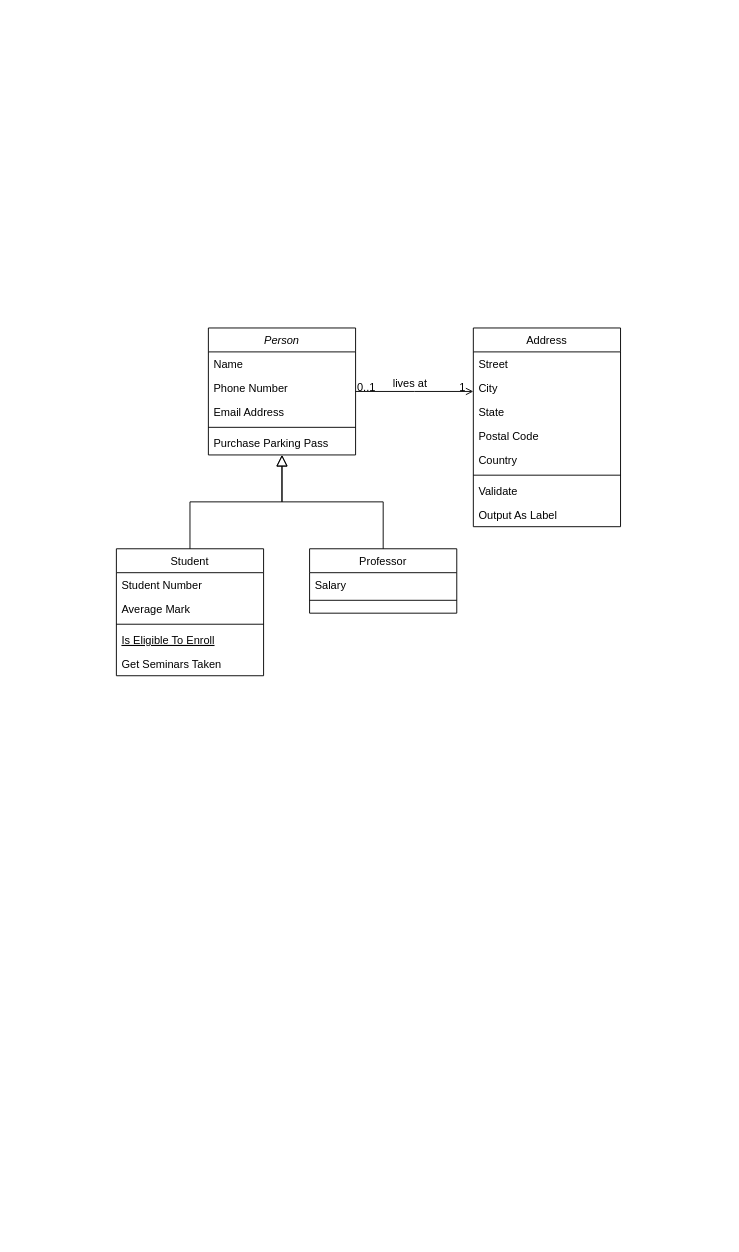
Before: coldd_available_data_entities_relations.drawio in traveller195/draw_io, a draw.io diagram. Source tidied: cells renumbered, new cells numbered last; positions are measured from the earlier drawing's top-left corner, leaving out a move shared by most shapes. Both pictures are drawn from the tidied source at 92%, with x=0, y=0 at pixel (116, 328).
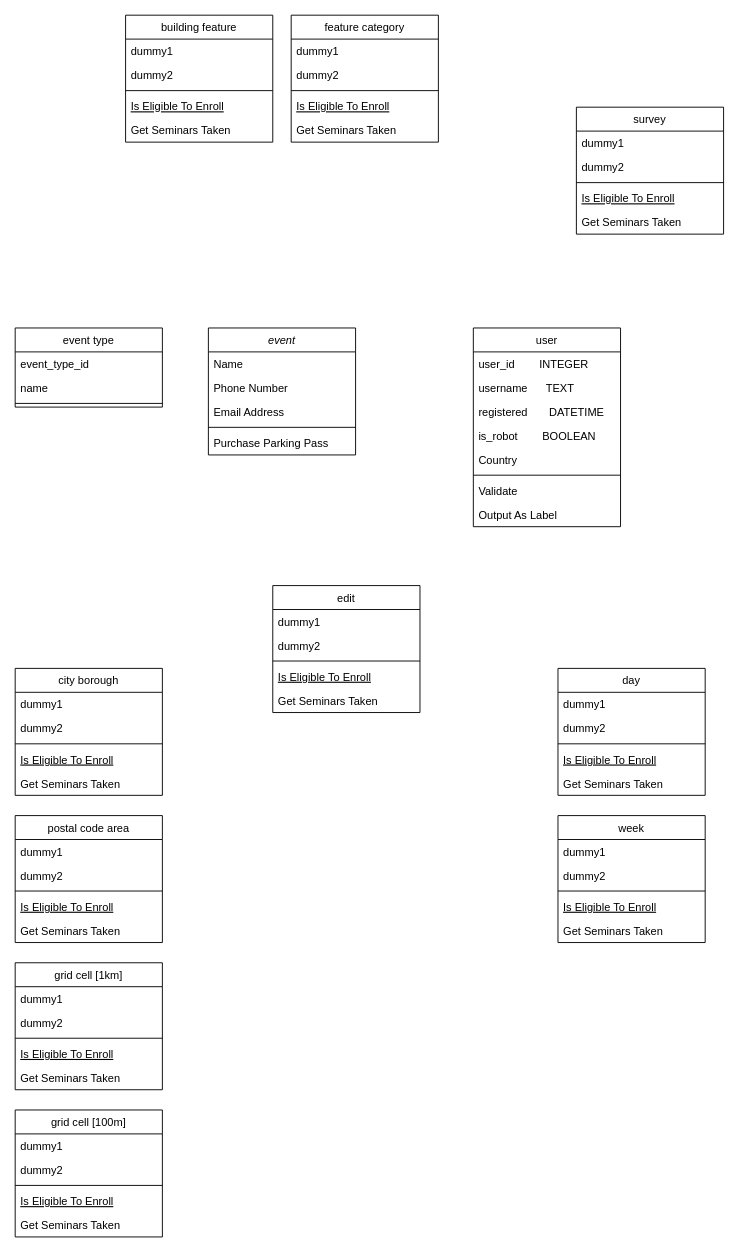
Above is the later version.

Diff of the diagram source:
```diff
@@
-    <mxCell id="2" value="Person" style="swimlane;fontStyle=2;align=center;verticalAlign=top;horizontal=1;startSize=26;rounded=0;shadow=0;strokeWidth=1;" parent="1" vertex="1">
+    <mxCell id="2" value="event" style="swimlane;fontStyle=2;align=center;verticalAlign=top;horizontal=1;startSize=26;rounded=0;shadow=0;strokeWidth=1;" parent="1" vertex="1">
       <mxGeometry x="100" width="160" height="138" as="geometry" />
     </mxCell>
@@
-    <mxCell id="8" value="Student" style="swimlane;fontStyle=0;align=center;verticalAlign=top;horizontal=1;startSize=26;rounded=0;shadow=0;strokeWidth=1;" parent="1" vertex="1">
-      <mxGeometry y="240" width="160" height="138" as="geometry" />
+    <mxCell id="8" value="city borough" style="swimlane;fontStyle=0;align=center;verticalAlign=top;horizontal=1;startSize=26;rounded=0;shadow=0;strokeWidth=1;" parent="1" vertex="1">
+      <mxGeometry x="-110" y="370" width="160" height="138" as="geometry" />
     </mxCell>
-    <mxCell id="9" value="Student Number" style="text;align=left;verticalAlign=top;spacingLeft=4;spacingRight=4;overflow=hidden;" parent="8" vertex="1">
+    <mxCell id="9" value="dummy1" style="text;align=left;verticalAlign=top;spacingLeft=4;spacingRight=4;overflow=hidden;" parent="8" vertex="1">
       <mxGeometry y="26" width="160" height="26" as="geometry" />
     </mxCell>
-    <mxCell id="10" value="Average Mark" style="text;align=left;verticalAlign=top;spacingLeft=4;spacingRight=4;overflow=hidden;rounded=0;shadow=0;html=0;" parent="8" vertex="1">
+    <mxCell id="10" value="dummy2" style="text;align=left;verticalAlign=top;spacingLeft=4;spacingRight=4;overflow=hidden;rounded=0;shadow=0;html=0;" parent="8" vertex="1">
       <mxGeometry y="52" width="160" height="26" as="geometry" />
     </mxCell>
@@
-    <mxCell id="14" style="endArrow=block;endSize=10;endFill=0;shadow=0;strokeWidth=1;rounded=0;edgeStyle=elbowEdgeStyle;elbow=vertical;" parent="1" edge="1" source="8" target="2">
-      <mxGeometry relative="1" as="geometry" />
-    </mxCell>
-    <mxCell id="15" value="Professor" style="swimlane;fontStyle=0;align=center;verticalAlign=top;horizontal=1;startSize=26;rounded=0;shadow=0;strokeWidth=1;" parent="1" vertex="1">
-      <mxGeometry x="210" y="240" width="160" height="70" as="geometry" />
+    <mxCell id="15" value="event type" style="swimlane;fontStyle=0;align=center;verticalAlign=top;horizontal=1;startSize=26;rounded=0;shadow=0;strokeWidth=1;" parent="1" vertex="1">
+      <mxGeometry x="-110" width="160" height="86" as="geometry" />
     </mxCell>
-    <mxCell id="16" value="Salary" style="text;align=left;verticalAlign=top;spacingLeft=4;spacingRight=4;overflow=hidden;" parent="15" vertex="1">
+    <mxCell id="16" value="event_type_id" style="text;align=left;verticalAlign=top;spacingLeft=4;spacingRight=4;overflow=hidden;" parent="15" vertex="1">
       <mxGeometry y="26" width="160" height="26" as="geometry" />
     </mxCell>
+    <mxCell id="32" value="name" style="text;align=left;verticalAlign=top;spacingLeft=4;spacingRight=4;overflow=hidden;" parent="15" vertex="1">
+      <mxGeometry y="52" width="160" height="26" as="geometry" />
+    </mxCell>
     <mxCell id="17" style="line;html=1;strokeWidth=1;align=left;verticalAlign=middle;spacingTop=-1;spacingLeft=3;spacingRight=3;labelPosition=right;" parent="15" vertex="1">
-      <mxGeometry y="52" width="160" height="8" as="geometry" />
+      <mxGeometry y="78" width="160" height="8" as="geometry" />
     </mxCell>
-    <mxCell id="18" style="endArrow=block;endSize=10;endFill=0;shadow=0;strokeWidth=1;rounded=0;edgeStyle=elbowEdgeStyle;elbow=vertical;" parent="1" edge="1" source="15" target="2">
-      <mxGeometry relative="1" as="geometry" />
-    </mxCell>
-    <mxCell id="19" value="Address" style="swimlane;fontStyle=0;align=center;verticalAlign=top;horizontal=1;startSize=26;rounded=0;shadow=0;strokeWidth=1;" parent="1" vertex="1">
+    <mxCell id="19" value="user" style="swimlane;fontStyle=0;align=center;verticalAlign=top;horizontal=1;startSize=26;rounded=0;shadow=0;strokeWidth=1;" parent="1" vertex="1">
       <mxGeometry x="388" width="160" height="216" as="geometry" />
     </mxCell>
-    <mxCell id="20" value="Street" style="text;align=left;verticalAlign=top;spacingLeft=4;spacingRight=4;overflow=hidden;" parent="19" vertex="1">
+    <mxCell id="20" value="user_id             INTEGER " style="text;align=left;verticalAlign=top;spacingLeft=4;spacingRight=4;overflow=hidden;" parent="19" vertex="1">
       <mxGeometry y="26" width="160" height="26" as="geometry" />
     </mxCell>
-    <mxCell id="21" value="City" style="text;align=left;verticalAlign=top;spacingLeft=4;spacingRight=4;overflow=hidden;rounded=0;shadow=0;html=0;" parent="19" vertex="1">
+    <mxCell id="21" value="username      TEXT" style="text;align=left;verticalAlign=top;spacingLeft=4;spacingRight=4;overflow=hidden;rounded=0;shadow=0;html=0;" parent="19" vertex="1">
       <mxGeometry y="52" width="160" height="26" as="geometry" />
     </mxCell>
-    <mxCell id="22" value="State" style="text;align=left;verticalAlign=top;spacingLeft=4;spacingRight=4;overflow=hidden;rounded=0;shadow=0;html=0;" parent="19" vertex="1">
+    <mxCell id="22" value="registered       DATETIME" style="text;align=left;verticalAlign=top;spacingLeft=4;spacingRight=4;overflow=hidden;rounded=0;shadow=0;html=0;" parent="19" vertex="1">
       <mxGeometry y="78" width="160" height="26" as="geometry" />
     </mxCell>
-    <mxCell id="23" value="Postal Code" style="text;align=left;verticalAlign=top;spacingLeft=4;spacingRight=4;overflow=hidden;rounded=0;shadow=0;html=0;" parent="19" vertex="1">
+    <mxCell id="23" value="is_robot        BOOLEAN" style="text;align=left;verticalAlign=top;spacingLeft=4;spacingRight=4;overflow=hidden;rounded=0;shadow=0;html=0;" parent="19" vertex="1">
       <mxGeometry y="104" width="160" height="26" as="geometry" />
     </mxCell>
@@
-    <mxCell id="28" style="endArrow=open;shadow=0;strokeWidth=1;rounded=0;endFill=1;edgeStyle=elbowEdgeStyle;elbow=vertical;" parent="1" edge="1" source="2" target="19">
-      <mxGeometry x="0.5" y="41" relative="1" as="geometry">
-        <mxPoint x="-40" y="32" as="offset" />
-      </mxGeometry>
-    </mxCell>
-    <mxCell id="29" value="0..1" style="align=left;verticalAlign=bottom;labelBackgroundColor=none;fontSize=12;" parent="28" vertex="1">
-      <mxGeometry x="-1" relative="1" as="geometry">
-        <mxPoint y="4" as="offset" />
-      </mxGeometry>
-    </mxCell>
-    <mxCell id="30" value="1" style="align=right;verticalAlign=bottom;labelBackgroundColor=none;fontSize=12;" parent="28" vertex="1">
-      <mxGeometry x="1" relative="1" as="geometry">
-        <mxPoint x="-7" y="4" as="offset" />
-      </mxGeometry>
-    </mxCell>
-    <mxCell id="31" value="lives at" style="text;html=1;align=center;verticalAlign=middle;labelBackgroundColor=none;rounded=0;shadow=0;strokeWidth=1;fontSize=12;" parent="28" vertex="1">
-      <mxGeometry x="0.5" y="49" relative="1" as="geometry">
-        <mxPoint x="-38" y="40" as="offset" />
-      </mxGeometry>
-    </mxCell>
+    <mxCell id="33" value="edit" style="swimlane;fontStyle=0;align=center;verticalAlign=top;horizontal=1;startSize=26;rounded=0;shadow=0;strokeWidth=1;" parent="1" vertex="1">
+      <mxGeometry x="170" y="280" width="160" height="138" as="geometry" />
+    </mxCell>
+    <mxCell id="34" value="dummy1" style="text;align=left;verticalAlign=top;spacingLeft=4;spacingRight=4;overflow=hidden;" parent="33" vertex="1">
+      <mxGeometry y="26" width="160" height="26" as="geometry" />
+    </mxCell>
+    <mxCell id="35" value="dummy2" style="text;align=left;verticalAlign=top;spacingLeft=4;spacingRight=4;overflow=hidden;rounded=0;shadow=0;html=0;" parent="33" vertex="1">
+      <mxGeometry y="52" width="160" height="26" as="geometry" />
+    </mxCell>
+    <mxCell id="36" style="line;html=1;strokeWidth=1;align=left;verticalAlign=middle;spacingTop=-1;spacingLeft=3;spacingRight=3;labelPosition=right;" parent="33" vertex="1">
+      <mxGeometry y="78" width="160" height="8" as="geometry" />
+    </mxCell>
+    <mxCell id="37" value="Is Eligible To Enroll" style="text;align=left;verticalAlign=top;spacingLeft=4;spacingRight=4;overflow=hidden;fontStyle=4;" parent="33" vertex="1">
+      <mxGeometry y="86" width="160" height="26" as="geometry" />
+    </mxCell>
+    <mxCell id="38" value="Get Seminars Taken" style="text;align=left;verticalAlign=top;spacingLeft=4;spacingRight=4;overflow=hidden;" parent="33" vertex="1">
+      <mxGeometry y="112" width="160" height="26" as="geometry" />
+    </mxCell>
+    <mxCell id="39" value="grid cell [1km]" style="swimlane;fontStyle=0;align=center;verticalAlign=top;horizontal=1;startSize=26;rounded=0;shadow=0;strokeWidth=1;" parent="1" vertex="1">
+      <mxGeometry x="-110" y="690" width="160" height="138" as="geometry" />
+    </mxCell>
+    <mxCell id="40" value="dummy1" style="text;align=left;verticalAlign=top;spacingLeft=4;spacingRight=4;overflow=hidden;" parent="39" vertex="1">
+      <mxGeometry y="26" width="160" height="26" as="geometry" />
+    </mxCell>
+    <mxCell id="41" value="dummy2" style="text;align=left;verticalAlign=top;spacingLeft=4;spacingRight=4;overflow=hidden;rounded=0;shadow=0;html=0;" parent="39" vertex="1">
+      <mxGeometry y="52" width="160" height="26" as="geometry" />
+    </mxCell>
+    <mxCell id="42" style="line;html=1;strokeWidth=1;align=left;verticalAlign=middle;spacingTop=-1;spacingLeft=3;spacingRight=3;labelPosition=right;" parent="39" vertex="1">
+      <mxGeometry y="78" width="160" height="8" as="geometry" />
+    </mxCell>
+    <mxCell id="43" value="Is Eligible To Enroll" style="text;align=left;verticalAlign=top;spacingLeft=4;spacingRight=4;overflow=hidden;fontStyle=4;" parent="39" vertex="1">
+      <mxGeometry y="86" width="160" height="26" as="geometry" />
+    </mxCell>
+    <mxCell id="44" value="Get Seminars Taken" style="text;align=left;verticalAlign=top;spacingLeft=4;spacingRight=4;overflow=hidden;" parent="39" vertex="1">
+      <mxGeometry y="112" width="160" height="26" as="geometry" />
+    </mxCell>
+    <mxCell id="45" value="postal code area" style="swimlane;fontStyle=0;align=center;verticalAlign=top;horizontal=1;startSize=26;rounded=0;shadow=0;strokeWidth=1;" parent="1" vertex="1">
+      <mxGeometry x="-110" y="530" width="160" height="138" as="geometry" />
+    </mxCell>
+    <mxCell id="46" value="dummy1" style="text;align=left;verticalAlign=top;spacingLeft=4;spacingRight=4;overflow=hidden;" parent="45" vertex="1">
+      <mxGeometry y="26" width="160" height="26" as="geometry" />
+    </mxCell>
+    <mxCell id="47" value="dummy2" style="text;align=left;verticalAlign=top;spacingLeft=4;spacingRight=4;overflow=hidden;rounded=0;shadow=0;html=0;" parent="45" vertex="1">
+      <mxGeometry y="52" width="160" height="26" as="geometry" />
+    </mxCell>
+    <mxCell id="48" style="line;html=1;strokeWidth=1;align=left;verticalAlign=middle;spacingTop=-1;spacingLeft=3;spacingRight=3;labelPosition=right;" parent="45" vertex="1">
+      <mxGeometry y="78" width="160" height="8" as="geometry" />
+    </mxCell>
+    <mxCell id="49" value="Is Eligible To Enroll" style="text;align=left;verticalAlign=top;spacingLeft=4;spacingRight=4;overflow=hidden;fontStyle=4;" parent="45" vertex="1">
+      <mxGeometry y="86" width="160" height="26" as="geometry" />
+    </mxCell>
+    <mxCell id="50" value="Get Seminars Taken" style="text;align=left;verticalAlign=top;spacingLeft=4;spacingRight=4;overflow=hidden;" parent="45" vertex="1">
+      <mxGeometry y="112" width="160" height="26" as="geometry" />
+    </mxCell>
+    <mxCell id="51" value="grid cell [100m]" style="swimlane;fontStyle=0;align=center;verticalAlign=top;horizontal=1;startSize=26;rounded=0;shadow=0;strokeWidth=1;" parent="1" vertex="1">
+      <mxGeometry x="-110" y="850" width="160" height="138" as="geometry" />
+    </mxCell>
+    <mxCell id="52" value="dummy1" style="text;align=left;verticalAlign=top;spacingLeft=4;spacingRight=4;overflow=hidden;" parent="51" vertex="1">
+      <mxGeometry y="26" width="160" height="26" as="geometry" />
+    </mxCell>
+    <mxCell id="53" value="dummy2" style="text;align=left;verticalAlign=top;spacingLeft=4;spacingRight=4;overflow=hidden;rounded=0;shadow=0;html=0;" parent="51" vertex="1">
+      <mxGeometry y="52" width="160" height="26" as="geometry" />
+    </mxCell>
+    <mxCell id="54" style="line;html=1;strokeWidth=1;align=left;verticalAlign=middle;spacingTop=-1;spacingLeft=3;spacingRight=3;labelPosition=right;" parent="51" vertex="1">
+      <mxGeometry y="78" width="160" height="8" as="geometry" />
+    </mxCell>
+    <mxCell id="55" value="Is Eligible To Enroll" style="text;align=left;verticalAlign=top;spacingLeft=4;spacingRight=4;overflow=hidden;fontStyle=4;" parent="51" vertex="1">
+      <mxGeometry y="86" width="160" height="26" as="geometry" />
+    </mxCell>
+    <mxCell id="56" value="Get Seminars Taken" style="text;align=left;verticalAlign=top;spacingLeft=4;spacingRight=4;overflow=hidden;" parent="51" vertex="1">
+      <mxGeometry y="112" width="160" height="26" as="geometry" />
+    </mxCell>
+    <mxCell id="57" value="day" style="swimlane;fontStyle=0;align=center;verticalAlign=top;horizontal=1;startSize=26;rounded=0;shadow=0;strokeWidth=1;" parent="1" vertex="1">
+      <mxGeometry x="480" y="370" width="160" height="138" as="geometry" />
+    </mxCell>
+    <mxCell id="58" value="dummy1" style="text;align=left;verticalAlign=top;spacingLeft=4;spacingRight=4;overflow=hidden;" parent="57" vertex="1">
+      <mxGeometry y="26" width="160" height="26" as="geometry" />
+    </mxCell>
+    <mxCell id="59" value="dummy2" style="text;align=left;verticalAlign=top;spacingLeft=4;spacingRight=4;overflow=hidden;rounded=0;shadow=0;html=0;" parent="57" vertex="1">
+      <mxGeometry y="52" width="160" height="26" as="geometry" />
+    </mxCell>
+    <mxCell id="60" style="line;html=1;strokeWidth=1;align=left;verticalAlign=middle;spacingTop=-1;spacingLeft=3;spacingRight=3;labelPosition=right;" parent="57" vertex="1">
+      <mxGeometry y="78" width="160" height="8" as="geometry" />
+    </mxCell>
+    <mxCell id="61" value="Is Eligible To Enroll" style="text;align=left;verticalAlign=top;spacingLeft=4;spacingRight=4;overflow=hidden;fontStyle=4;" parent="57" vertex="1">
+      <mxGeometry y="86" width="160" height="26" as="geometry" />
+    </mxCell>
+    <mxCell id="62" value="Get Seminars Taken" style="text;align=left;verticalAlign=top;spacingLeft=4;spacingRight=4;overflow=hidden;" parent="57" vertex="1">
+      <mxGeometry y="112" width="160" height="26" as="geometry" />
+    </mxCell>
+    <mxCell id="63" value="week" style="swimlane;fontStyle=0;align=center;verticalAlign=top;horizontal=1;startSize=26;rounded=0;shadow=0;strokeWidth=1;" parent="1" vertex="1">
+      <mxGeometry x="480" y="530" width="160" height="138" as="geometry" />
+    </mxCell>
+    <mxCell id="64" value="dummy1" style="text;align=left;verticalAlign=top;spacingLeft=4;spacingRight=4;overflow=hidden;" parent="63" vertex="1">
+      <mxGeometry y="26" width="160" height="26" as="geometry" />
+    </mxCell>
+    <mxCell id="65" value="dummy2" style="text;align=left;verticalAlign=top;spacingLeft=4;spacingRight=4;overflow=hidden;rounded=0;shadow=0;html=0;" parent="63" vertex="1">
+      <mxGeometry y="52" width="160" height="26" as="geometry" />
+    </mxCell>
+    <mxCell id="66" style="line;html=1;strokeWidth=1;align=left;verticalAlign=middle;spacingTop=-1;spacingLeft=3;spacingRight=3;labelPosition=right;" parent="63" vertex="1">
+      <mxGeometry y="78" width="160" height="8" as="geometry" />
+    </mxCell>
+    <mxCell id="67" value="Is Eligible To Enroll" style="text;align=left;verticalAlign=top;spacingLeft=4;spacingRight=4;overflow=hidden;fontStyle=4;" parent="63" vertex="1">
+      <mxGeometry y="86" width="160" height="26" as="geometry" />
+    </mxCell>
+    <mxCell id="68" value="Get Seminars Taken" style="text;align=left;verticalAlign=top;spacingLeft=4;spacingRight=4;overflow=hidden;" parent="63" vertex="1">
+      <mxGeometry y="112" width="160" height="26" as="geometry" />
+    </mxCell>
+    <mxCell id="69" value="building feature" style="swimlane;fontStyle=0;align=center;verticalAlign=top;horizontal=1;startSize=26;rounded=0;shadow=0;strokeWidth=1;" parent="1" vertex="1">
+      <mxGeometry x="10" y="-340" width="160" height="138" as="geometry" />
+    </mxCell>
+    <mxCell id="70" value="dummy1" style="text;align=left;verticalAlign=top;spacingLeft=4;spacingRight=4;overflow=hidden;" parent="69" vertex="1">
+      <mxGeometry y="26" width="160" height="26" as="geometry" />
+    </mxCell>
+    <mxCell id="71" value="dummy2" style="text;align=left;verticalAlign=top;spacingLeft=4;spacingRight=4;overflow=hidden;rounded=0;shadow=0;html=0;" parent="69" vertex="1">
+      <mxGeometry y="52" width="160" height="26" as="geometry" />
+    </mxCell>
+    <mxCell id="72" style="line;html=1;strokeWidth=1;align=left;verticalAlign=middle;spacingTop=-1;spacingLeft=3;spacingRight=3;labelPosition=right;" parent="69" vertex="1">
+      <mxGeometry y="78" width="160" height="8" as="geometry" />
+    </mxCell>
+    <mxCell id="73" value="Is Eligible To Enroll" style="text;align=left;verticalAlign=top;spacingLeft=4;spacingRight=4;overflow=hidden;fontStyle=4;" parent="69" vertex="1">
+      <mxGeometry y="86" width="160" height="26" as="geometry" />
+    </mxCell>
+    <mxCell id="74" value="Get Seminars Taken" style="text;align=left;verticalAlign=top;spacingLeft=4;spacingRight=4;overflow=hidden;" parent="69" vertex="1">
+      <mxGeometry y="112" width="160" height="26" as="geometry" />
+    </mxCell>
+    <mxCell id="75" value="feature category" style="swimlane;fontStyle=0;align=center;verticalAlign=top;horizontal=1;startSize=26;rounded=0;shadow=0;strokeWidth=1;" parent="1" vertex="1">
+      <mxGeometry x="190" y="-340" width="160" height="138" as="geometry" />
+    </mxCell>
+    <mxCell id="76" value="dummy1" style="text;align=left;verticalAlign=top;spacingLeft=4;spacingRight=4;overflow=hidden;" parent="75" vertex="1">
+      <mxGeometry y="26" width="160" height="26" as="geometry" />
+    </mxCell>
+    <mxCell id="77" value="dummy2" style="text;align=left;verticalAlign=top;spacingLeft=4;spacingRight=4;overflow=hidden;rounded=0;shadow=0;html=0;" parent="75" vertex="1">
+      <mxGeometry y="52" width="160" height="26" as="geometry" />
+    </mxCell>
+    <mxCell id="78" style="line;html=1;strokeWidth=1;align=left;verticalAlign=middle;spacingTop=-1;spacingLeft=3;spacingRight=3;labelPosition=right;" parent="75" vertex="1">
+      <mxGeometry y="78" width="160" height="8" as="geometry" />
+    </mxCell>
+    <mxCell id="79" value="Is Eligible To Enroll" style="text;align=left;verticalAlign=top;spacingLeft=4;spacingRight=4;overflow=hidden;fontStyle=4;" parent="75" vertex="1">
+      <mxGeometry y="86" width="160" height="26" as="geometry" />
+    </mxCell>
+    <mxCell id="80" value="Get Seminars Taken" style="text;align=left;verticalAlign=top;spacingLeft=4;spacingRight=4;overflow=hidden;" parent="75" vertex="1">
+      <mxGeometry y="112" width="160" height="26" as="geometry" />
+    </mxCell>
+    <mxCell id="81" value="survey" style="swimlane;fontStyle=0;align=center;verticalAlign=top;horizontal=1;startSize=26;rounded=0;shadow=0;strokeWidth=1;" parent="1" vertex="1">
+      <mxGeometry x="500" y="-240" width="160" height="138" as="geometry" />
+    </mxCell>
+    <mxCell id="82" value="dummy1" style="text;align=left;verticalAlign=top;spacingLeft=4;spacingRight=4;overflow=hidden;" parent="81" vertex="1">
+      <mxGeometry y="26" width="160" height="26" as="geometry" />
+    </mxCell>
+    <mxCell id="83" value="dummy2" style="text;align=left;verticalAlign=top;spacingLeft=4;spacingRight=4;overflow=hidden;rounded=0;shadow=0;html=0;" parent="81" vertex="1">
+      <mxGeometry y="52" width="160" height="26" as="geometry" />
+    </mxCell>
+    <mxCell id="84" style="line;html=1;strokeWidth=1;align=left;verticalAlign=middle;spacingTop=-1;spacingLeft=3;spacingRight=3;labelPosition=right;" parent="81" vertex="1">
+      <mxGeometry y="78" width="160" height="8" as="geometry" />
+    </mxCell>
+    <mxCell id="85" value="Is Eligible To Enroll" style="text;align=left;verticalAlign=top;spacingLeft=4;spacingRight=4;overflow=hidden;fontStyle=4;" parent="81" vertex="1">
+      <mxGeometry y="86" width="160" height="26" as="geometry" />
+    </mxCell>
+    <mxCell id="86" value="Get Seminars Taken" style="text;align=left;verticalAlign=top;spacingLeft=4;spacingRight=4;overflow=hidden;" parent="81" vertex="1">
+      <mxGeometry y="112" width="160" height="26" as="geometry" />
+    </mxCell>
```
